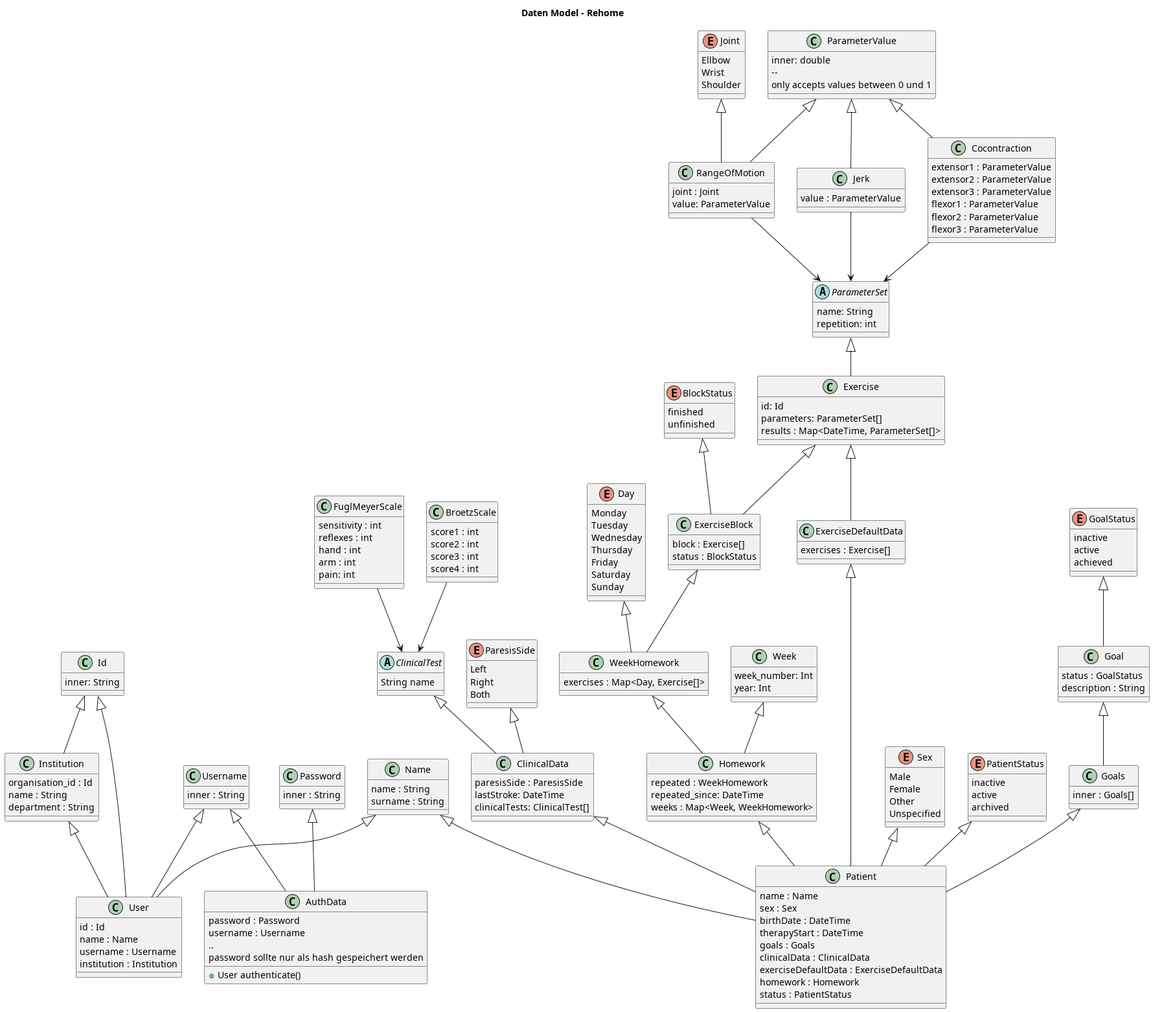
Earlier version of the PlantUML export doc/data_model.png (reTeaming/rehome).
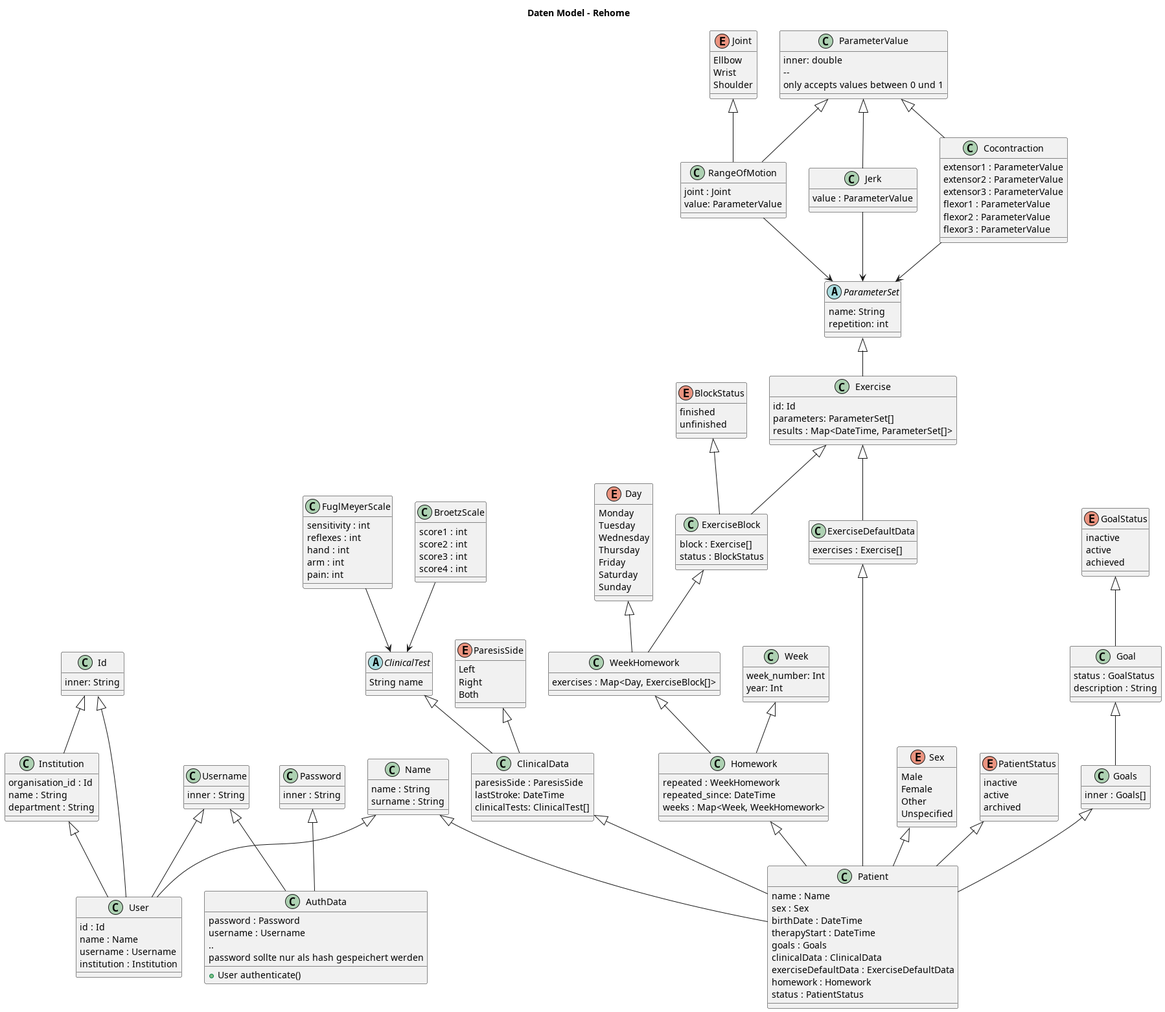
After the commit.

Commit message:
compiled current pdf

What changed in the source:
```diff
@@ -145,7 +145,7 @@
 }
 
 class WeekHomework {
-   exercises : Map<Day, Exercise[]>
+   exercises : Map<Day, ExerciseBlock[]>
 }
 
 Week <|-- Homework
```
